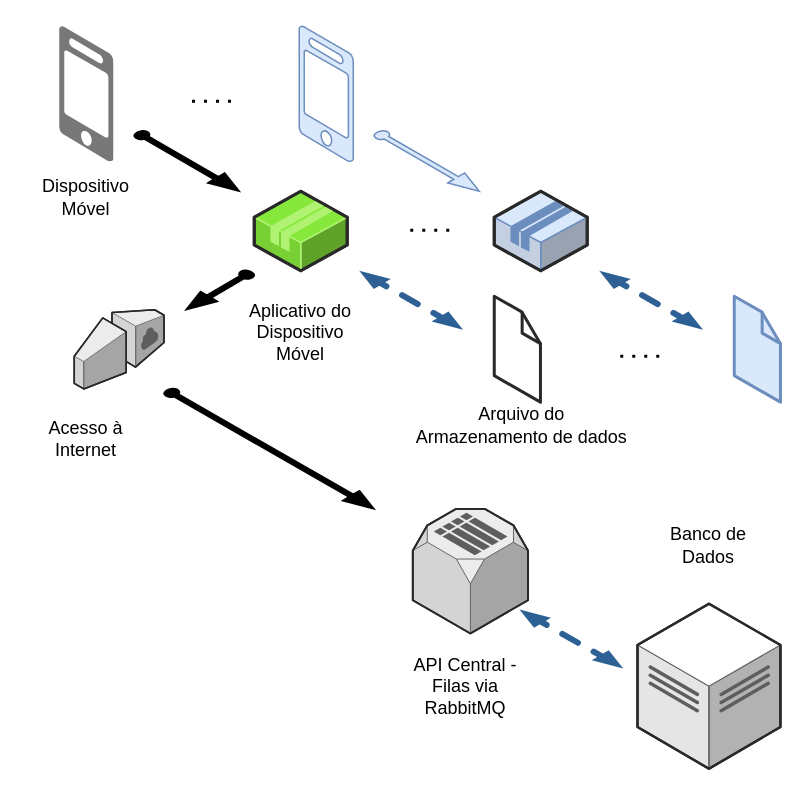
This is Untitled Diagram.drawio from gvalluis/picoletes, a draw.io file, before an edit. Source tidied: cells renumbered, new cells numbered last; positions are measured from the earlier drawing's top-left corner, leaving out a move shared by most shapes. Both pictures are drawn from the tidied source at 150%, with x=0, y=0 at pixel (26, 26).
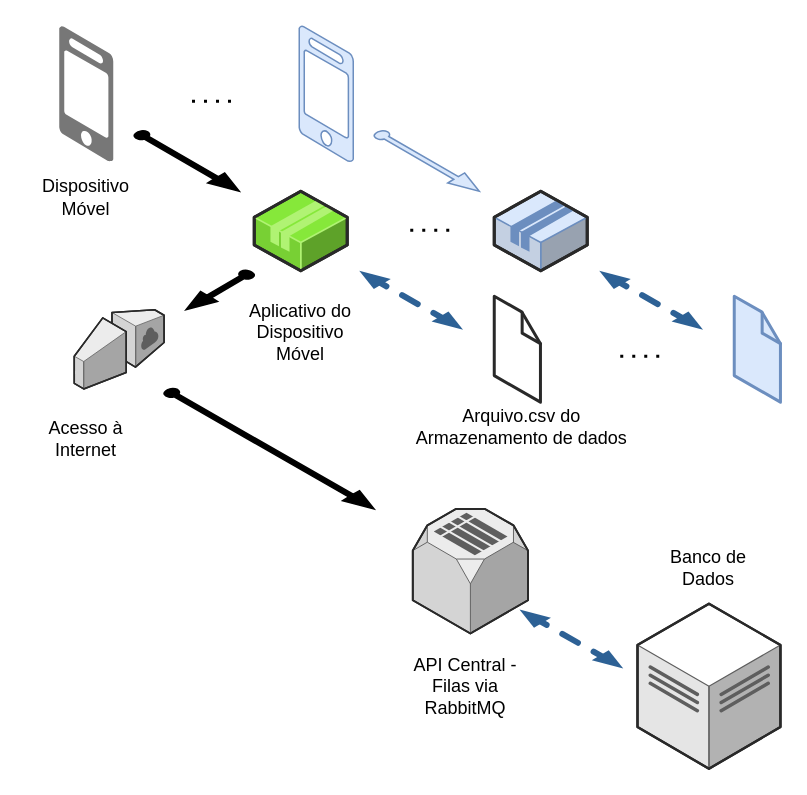
The same diagram, later.

Change to the diagram source:
```diff
@@
     <mxCell id="16" value="Banco de Dados" style="text;html=1;strokeColor=none;fillColor=none;align=center;verticalAlign=middle;whiteSpace=wrap;rounded=0;" parent="1" vertex="1">
-      <mxGeometry x="415.2" y="321.8" width="80" height="48" as="geometry" />
+      <mxGeometry x="415.2" y="337" width="80" height="48" as="geometry" />
     </mxCell>
@@
-    <mxCell id="21" value="Arquivo do Armazenamento de dados" style="text;html=1;strokeColor=none;fillColor=none;align=center;verticalAlign=middle;whiteSpace=wrap;rounded=0;" parent="1" vertex="1">
-      <mxGeometry x="257.7" y="241.8" width="144.6" height="48" as="geometry" />
+    <mxCell id="21" value="Arquivo.csv do Armazenamento de dados" style="text;html=1;strokeColor=none;fillColor=none;align=center;verticalAlign=middle;whiteSpace=wrap;rounded=0;" parent="1" vertex="1">
+      <mxGeometry x="257.7" y="242.8" width="144.6" height="48" as="geometry" />
     </mxCell>
```
